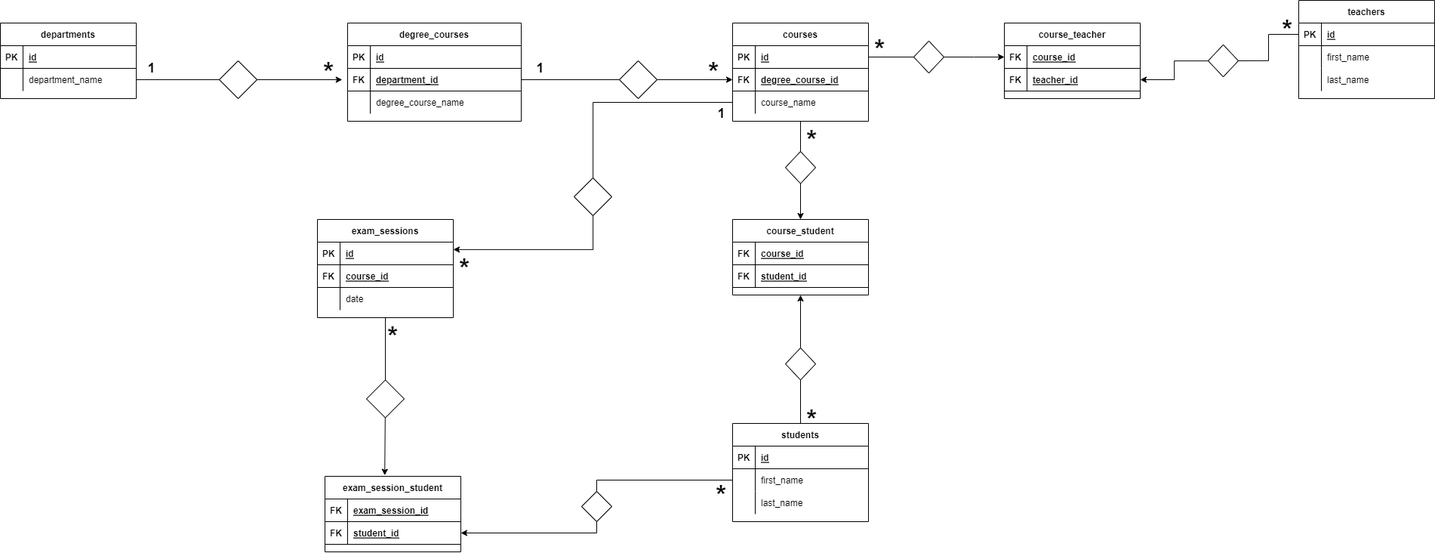
giomen88/db-university keeps this draw.io diagram as db-university.png. Above is the earlier version. Source tidied: cells renumbered, new cells last; positions are measured from the earlier drawing's top-left corner, leaving out a move shared by most shapes.
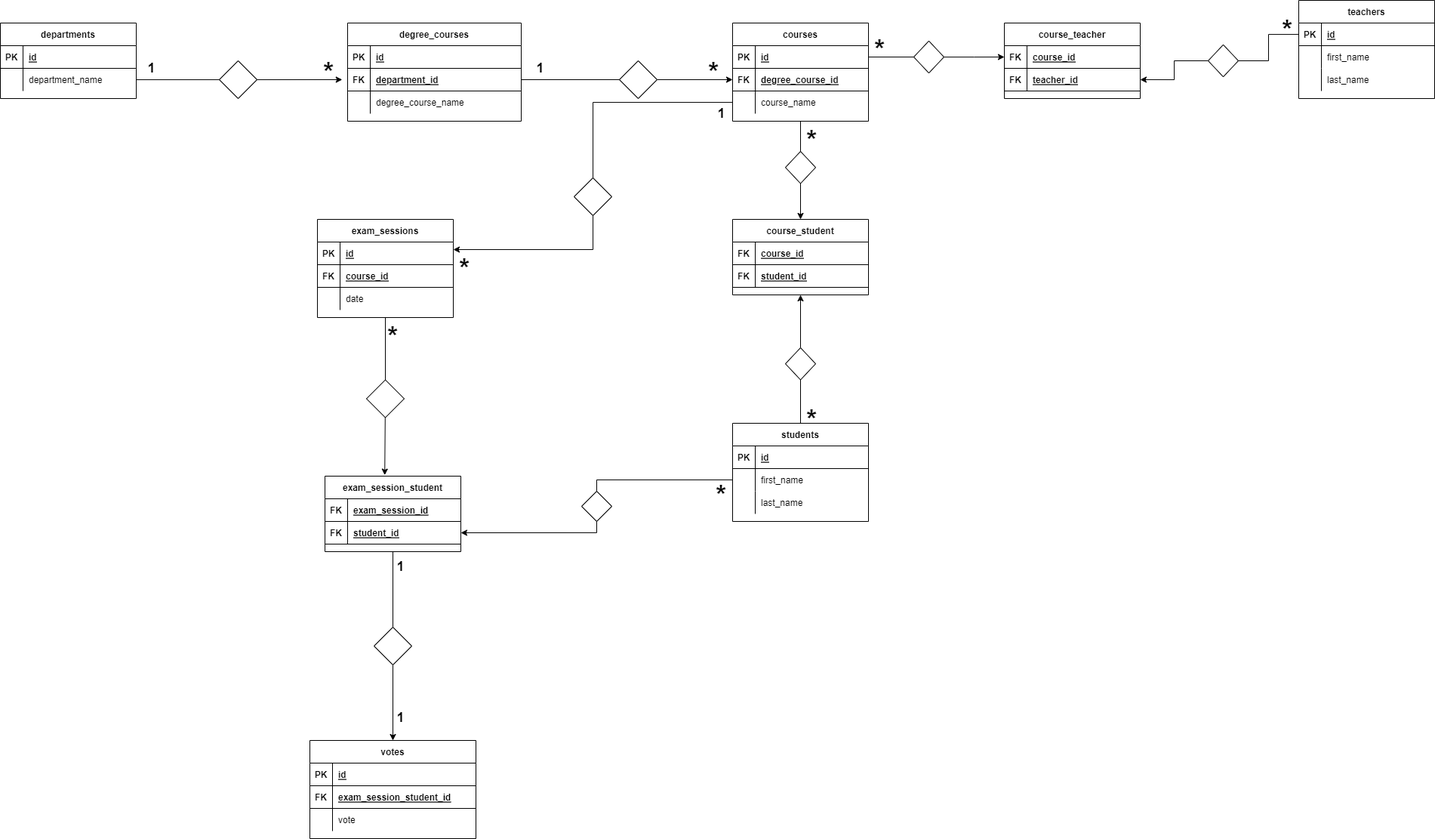
The same diagram one commit later.

What changed in the source:
```diff
@@ -319,6 +319,9 @@
     <mxCell id="103" value="&lt;font style=&quot;font-size: 36px;&quot;&gt;&lt;b style=&quot;&quot;&gt;*&lt;/b&gt;&lt;/font&gt;" style="text;html=1;align=center;verticalAlign=middle;strokeColor=none;fillColor=none;" parent="1" vertex="1">
       <mxGeometry x="600" y="340" width="30" height="30" as="geometry" />
     </mxCell>
+    <mxCell id="116" style="edgeStyle=orthogonalEdgeStyle;rounded=0;jettySize=auto;html=1;entryX=0.5;entryY=0;entryDx=0;entryDy=0;startArrow=none;" parent="1" edge="1" source="127" target="117">
+      <mxGeometry relative="1" as="geometry" />
+    </mxCell>
     <mxCell id="104" value="exam_session_student" style="shape=table;startSize=30;rowLines=0;fontStyle=1;align=center;" parent="1" vertex="1">
       <mxGeometry x="430" y="630" width="180" height="100" as="geometry" />
     </mxCell>
@@ -355,5 +358,47 @@
     <mxCell id="115" value="&lt;font style=&quot;font-size: 36px;&quot;&gt;&lt;b style=&quot;&quot;&gt;*&lt;/b&gt;&lt;/font&gt;" style="text;html=1;align=center;verticalAlign=middle;strokeColor=none;fillColor=none;" parent="1" vertex="1">
       <mxGeometry x="505" y="430" width="30" height="30" as="geometry" />
     </mxCell>
+    <mxCell id="117" value="votes" style="shape=table;startSize=30;rowLines=0;fontStyle=1;align=center;" parent="1" vertex="1">
+      <mxGeometry x="410" y="980" width="220" height="130" as="geometry" />
+    </mxCell>
+    <mxCell id="118" style="shape=tableRow;horizontal=0;startSize=0;swimlaneHead=0;swimlaneBody=0;fillColor=none;top=0;left=0;right=0;bottom=1;" parent="117" vertex="1">
+      <mxGeometry y="30" width="220" height="30" as="geometry" />
+    </mxCell>
+    <mxCell id="119" value="PK" style="shape=partialRectangle;fillColor=none;top=0;left=0;bottom=0;right=0;fontStyle=1;overflow=hidden;" parent="118" vertex="1">
+      <mxGeometry width="30" height="30" as="geometry" />
+    </mxCell>
+    <mxCell id="120" value="id" style="shape=partialRectangle;fillColor=none;top=0;left=0;bottom=0;right=0;align=left;spacingLeft=6;fontStyle=5;overflow=hidden;" parent="118" vertex="1">
+      <mxGeometry x="30" width="190" height="30" as="geometry" />
+    </mxCell>
+    <mxCell id="121" style="shape=tableRow;horizontal=0;startSize=0;swimlaneHead=0;swimlaneBody=0;fillColor=none;top=0;left=0;right=0;bottom=1;" parent="117" vertex="1">
+      <mxGeometry y="60" width="220" height="30" as="geometry" />
+    </mxCell>
+    <mxCell id="122" value="FK" style="shape=partialRectangle;fillColor=none;top=0;left=0;bottom=0;right=0;fontStyle=1;overflow=hidden;" parent="121" vertex="1">
+      <mxGeometry width="30" height="30" as="geometry" />
+    </mxCell>
+    <mxCell id="123" value="exam_session_student_id" style="shape=partialRectangle;fillColor=none;top=0;left=0;bottom=0;right=0;align=left;spacingLeft=6;fontStyle=5;overflow=hidden;" parent="121" vertex="1">
+      <mxGeometry x="30" width="190" height="30" as="geometry" />
+    </mxCell>
+    <mxCell id="124" style="shape=tableRow;horizontal=0;startSize=0;swimlaneHead=0;swimlaneBody=0;fillColor=none;top=0;left=0;right=0;bottom=0;" parent="117" vertex="1">
+      <mxGeometry y="90" width="220" height="30" as="geometry" />
+    </mxCell>
+    <mxCell id="125" style="shape=partialRectangle;fillColor=none;top=0;left=0;bottom=0;right=0;overflow=hidden;" parent="124" vertex="1">
+      <mxGeometry width="30" height="30" as="geometry" />
+    </mxCell>
+    <mxCell id="126" value="vote" style="shape=partialRectangle;fillColor=none;top=0;left=0;bottom=0;right=0;align=left;spacingLeft=6;overflow=hidden;" parent="124" vertex="1">
+      <mxGeometry x="30" width="190" height="30" as="geometry" />
+    </mxCell>
+    <mxCell id="127" style="rhombus;whiteSpace=wrap;html=1;" parent="1" vertex="1">
+      <mxGeometry x="495" y="830" width="50" height="50" as="geometry" />
+    </mxCell>
+    <mxCell id="128" style="edgeStyle=orthogonalEdgeStyle;rounded=0;jettySize=auto;html=1;entryX=0.5;entryY=0;entryDx=0;entryDy=0;endArrow=none;" parent="1" edge="1" source="104" target="127">
+      <mxGeometry relative="1" as="geometry" />
+    </mxCell>
+    <mxCell id="129" value="&lt;b&gt;&lt;font style=&quot;font-size: 18px;&quot;&gt;1&lt;/font&gt;&lt;/b&gt;" style="text;html=1;align=center;verticalAlign=middle;strokeColor=none;fillColor=none;" parent="1" vertex="1">
+      <mxGeometry x="515" y="940" width="30" height="20" as="geometry" />
+    </mxCell>
+    <mxCell id="130" value="&lt;b&gt;&lt;font style=&quot;font-size: 18px;&quot;&gt;1&lt;/font&gt;&lt;/b&gt;" style="text;html=1;align=center;verticalAlign=middle;strokeColor=none;fillColor=none;" parent="1" vertex="1">
+      <mxGeometry x="515" y="740" width="30" height="20" as="geometry" />
+    </mxCell>
   </root>
 </mxGraphModel>
```
